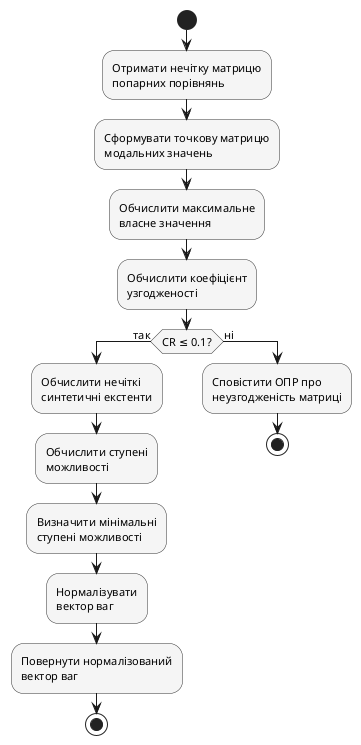
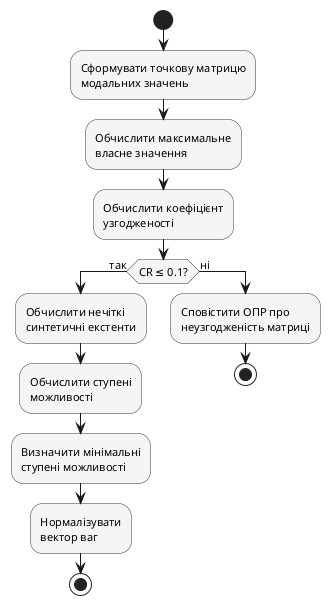
@startuml
' Рис. 2.7. Діаграма діяльності алгоритму FAHP
skinparam shadowing false
skinparam defaultFontName "Times New Roman"
skinparam defaultFontSize 11
skinparam activity {
    BackgroundColor #f5f5f5
    BorderColor #333333
}
skinparam activityDiamond {
    BackgroundColor #f5f5f5
    BorderColor #333333
}

start
- :Отримати нечітку матрицю\nпопарних порівнянь;
- 
:Сформувати точкову матрицю\nмодальних значень;

:Обчислити максимальне\nвласне значення;

:Обчислити коефіцієнт\nузгодженості;

if (CR ≤ 0.1?) then (так)
    :Обчислити нечіткі\nсинтетичні екстенти;

    :Обчислити ступені\nможливості;

    :Визначити мінімальні\nступені можливості;

    :Нормалізувати\nвектор ваг;
- 
-     :Повернути нормалізований\nвектор ваг;
    stop
else (ні)
    :Сповістити ОПР про\nнеузгодженість матриці;
    stop
endif

@enduml
